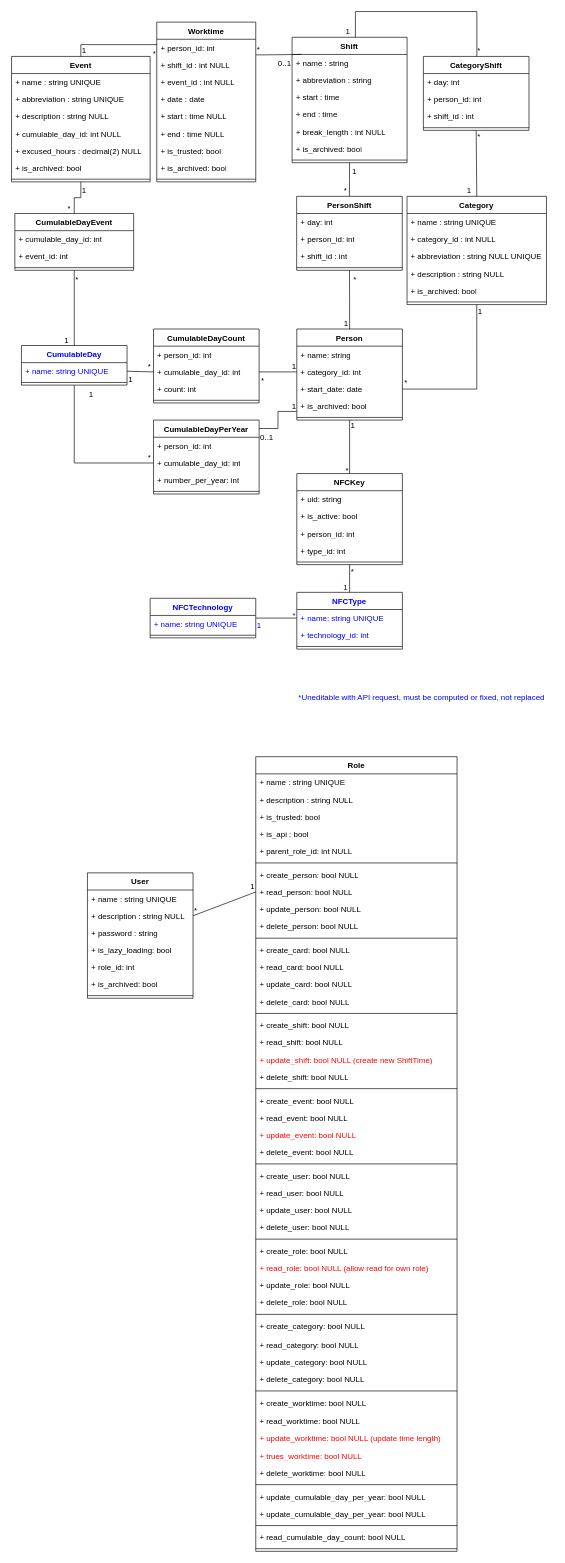
Above: TimeManagerMLD.drawio in FrShao/TimeManager (draw.io), before the change. Source tidied: cells renumbered, new cells numbered last; positions are measured from the earlier drawing's top-left corner, leaving out a move shared by most shapes. Both pictures are drawn from the tidied source at 66%, with x=0, y=0 at pixel (11, 11).
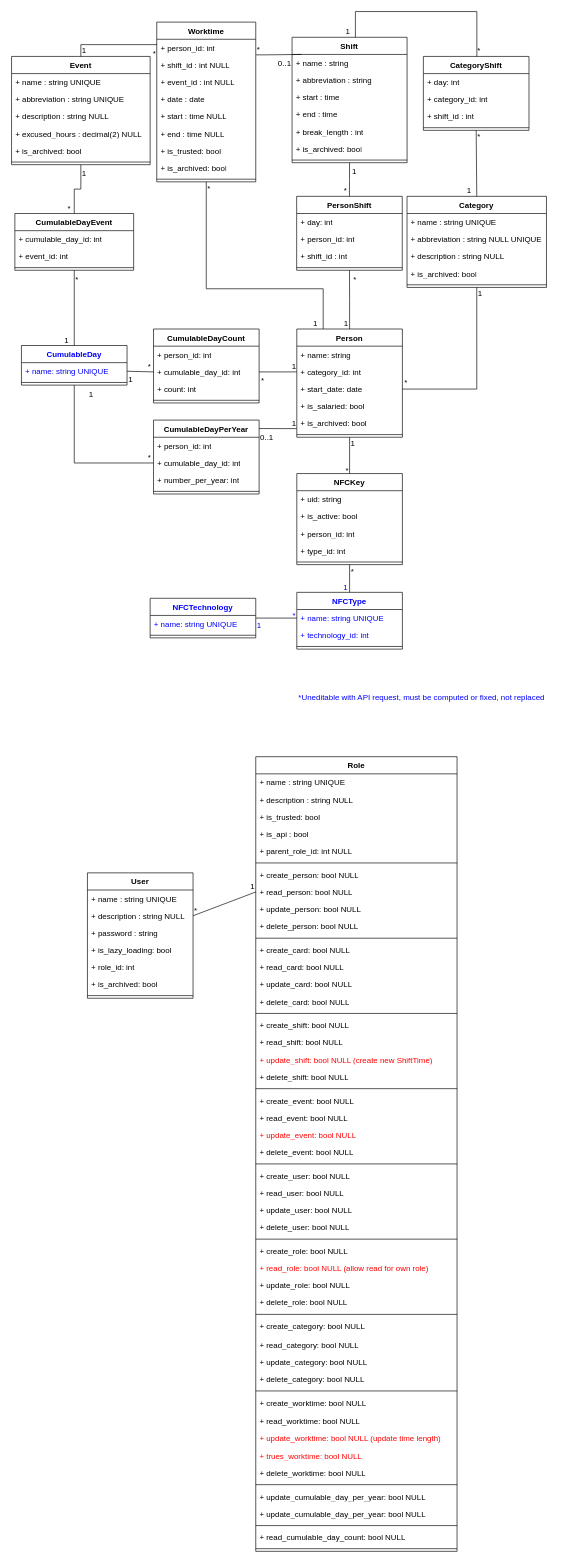
The same page after the edit.

Unchanged cells that the change refers to:
```xml
<mxCell id="68" value="Worktime" style="swimlane;fontStyle=1;align=center;verticalAlign=top;horizontal=1;startSize=26;whiteSpace=wrap;html=1;" parent="1" vertex="1">
  <mxGeometry x="220" y="16" width="150" height="242" as="geometry" />
</mxCell>
<mxCell id="78" value="Shift" style="swimlane;fontStyle=1;align=center;verticalAlign=top;horizontal=1;startSize=26;whiteSpace=wrap;html=1;" parent="1" vertex="1">
  <mxGeometry x="425" y="39" width="174.3" height="190" as="geometry" />
</mxCell>
<mxCell id="154" value="CategoryShift" style="swimlane;fontStyle=1;align=center;verticalAlign=top;horizontal=1;startSize=26;whiteSpace=wrap;html=1;" parent="1" vertex="1">
  <mxGeometry x="624" y="68" width="160" height="112" as="geometry" />
</mxCell>
```

The edit, as a diff of the source:
```diff
@@
     <mxCell id="2" value="Person" style="swimlane;fontStyle=1;align=center;verticalAlign=top;horizontal=1;startSize=26;whiteSpace=wrap;html=1;" parent="1" vertex="1">
-      <mxGeometry x="432.2" y="481" width="160" height="138" as="geometry" />
+      <mxGeometry x="432.2" y="481" width="160" height="164" as="geometry" />
     </mxCell>
@@
+    <mxCell id="194" value="+ is_salaried: bool" style="text;strokeColor=none;fillColor=none;align=left;verticalAlign=top;spacingLeft=4;spacingRight=4;overflow=hidden;whiteSpace=wrap;html=1;" parent="2" vertex="1">
+      <mxGeometry y="104" width="160" height="26" as="geometry" />
+    </mxCell>
     <mxCell id="6" value="+ is_archived: bool" style="text;strokeColor=none;fillColor=none;align=left;verticalAlign=top;spacingLeft=4;spacingRight=4;overflow=hidden;points=[[0,0.5],[1,0.5]];portConstraint=eastwest;whiteSpace=wrap;html=1;" parent="2" vertex="1">
-      <mxGeometry y="104" width="160" height="26" as="geometry" />
+      <mxGeometry y="130" width="160" height="26" as="geometry" />
     </mxCell>
     <mxCell id="7" style="line;strokeWidth=1;fillColor=none;align=left;verticalAlign=middle;spacingTop=-1;spacingLeft=3;spacingRight=3;labelPosition=right;strokeColor=inherit;" parent="2" vertex="1">
-      <mxGeometry y="130" width="160" height="8" as="geometry" />
+      <mxGeometry y="156" width="160" height="8" as="geometry" />
     </mxCell>
@@
     <mxCell id="61" value="Category" style="swimlane;fontStyle=1;align=center;verticalAlign=top;horizontal=1;startSize=26;whiteSpace=wrap;html=1;" parent="1" vertex="1">
-      <mxGeometry x="599.2" y="280" width="211.3" height="164" as="geometry" />
+      <mxGeometry x="599.2" y="280" width="211.3" height="138" as="geometry" />
     </mxCell>
@@
-    <mxCell id="63" value="+ category_id : int NULL" style="text;strokeColor=none;fillColor=none;align=left;verticalAlign=top;spacingLeft=4;spacingRight=4;overflow=hidden;whiteSpace=wrap;html=1;" parent="61" vertex="1">
-      <mxGeometry y="52" width="211.3" height="26" as="geometry" />
-    </mxCell>
     <mxCell id="64" value="+ abbreviation : string NULL UNIQUE" style="text;strokeColor=none;fillColor=none;align=left;verticalAlign=top;spacingLeft=4;spacingRight=4;overflow=hidden;whiteSpace=wrap;html=1;" parent="61" vertex="1">
-      <mxGeometry y="78" width="211.3" height="26" as="geometry" />
+      <mxGeometry y="52" width="211.3" height="26" as="geometry" />
     </mxCell>
     <mxCell id="65" value="+ description : string NULL" style="text;strokeColor=none;fillColor=none;align=left;verticalAlign=top;spacingLeft=4;spacingRight=4;overflow=hidden;whiteSpace=wrap;html=1;" parent="61" vertex="1">
-      <mxGeometry y="104" width="211.3" height="26" as="geometry" />
+      <mxGeometry y="78" width="211.3" height="26" as="geometry" />
     </mxCell>
     <mxCell id="66" value="+ is_archived: bool" style="text;strokeColor=none;fillColor=none;align=left;verticalAlign=top;spacingLeft=4;spacingRight=4;overflow=hidden;whiteSpace=wrap;html=1;" parent="61" vertex="1">
-      <mxGeometry y="130" width="211.3" height="26" as="geometry" />
+      <mxGeometry y="104" width="211.3" height="26" as="geometry" />
     </mxCell>
     <mxCell id="67" style="line;strokeWidth=1;fillColor=none;align=left;verticalAlign=middle;spacingTop=-1;spacingLeft=3;spacingRight=3;labelPosition=right;strokeColor=inherit;" parent="61" vertex="1">
-      <mxGeometry y="156" width="211.3" height="8" as="geometry" />
+      <mxGeometry y="130" width="211.3" height="8" as="geometry" />
     </mxCell>
@@
-    <mxCell id="83" value="+ break_length : int NULL" style="text;strokeColor=none;fillColor=none;align=left;verticalAlign=top;spacingLeft=4;spacingRight=4;overflow=hidden;whiteSpace=wrap;html=1;" parent="78" vertex="1">
+    <mxCell id="83" value="+ break_length : int" style="text;strokeColor=none;fillColor=none;align=left;verticalAlign=top;spacingLeft=4;spacingRight=4;overflow=hidden;whiteSpace=wrap;html=1;" parent="78" vertex="1">
       <mxGeometry y="130" width="174.3" height="26" as="geometry" />
     </mxCell>
@@
     <mxCell id="100" value="Event" style="swimlane;fontStyle=1;align=center;verticalAlign=top;horizontal=1;startSize=26;whiteSpace=wrap;html=1;" parent="1" vertex="1">
-      <mxGeometry y="68" width="210" height="190" as="geometry" />
+      <mxGeometry y="68" width="210" height="164" as="geometry" />
     </mxCell>
@@
-    <mxCell id="104" value="+ cumulable_day_id: int NULL" style="text;strokeColor=none;fillColor=none;align=left;verticalAlign=top;spacingLeft=4;spacingRight=4;overflow=hidden;whiteSpace=wrap;html=1;" parent="100" vertex="1">
-      <mxGeometry y="104" width="210" height="26" as="geometry" />
-    </mxCell>
     <mxCell id="105" value="+ excused_hours : decimal(2) NULL" style="text;strokeColor=none;fillColor=none;align=left;verticalAlign=top;spacingLeft=4;spacingRight=4;overflow=hidden;whiteSpace=wrap;html=1;fontColor=#000000;" parent="100" vertex="1">
-      <mxGeometry y="130" width="210" height="26" as="geometry" />
+      <mxGeometry y="104" width="210" height="26" as="geometry" />
     </mxCell>
     <mxCell id="106" value="+ is_archived: bool" style="text;strokeColor=none;fillColor=none;align=left;verticalAlign=top;spacingLeft=4;spacingRight=4;overflow=hidden;whiteSpace=wrap;html=1;" parent="100" vertex="1">
-      <mxGeometry y="156" width="210" height="26" as="geometry" />
+      <mxGeometry y="130" width="210" height="26" as="geometry" />
     </mxCell>
     <mxCell id="107" style="line;strokeWidth=1;fillColor=none;align=left;verticalAlign=middle;spacingTop=-1;spacingLeft=3;spacingRight=3;labelPosition=right;strokeColor=inherit;" parent="100" vertex="1">
-      <mxGeometry y="182" width="210" height="8" as="geometry" />
+      <mxGeometry y="156" width="210" height="8" as="geometry" />
     </mxCell>
@@
-    <mxCell id="156" value="+ person_id: int" style="text;strokeColor=none;fillColor=none;align=left;verticalAlign=top;spacingLeft=4;spacingRight=4;overflow=hidden;whiteSpace=wrap;html=1;" parent="154" vertex="1">
+    <mxCell id="156" value="+ category_id: int" style="text;strokeColor=none;fillColor=none;align=left;verticalAlign=top;spacingLeft=4;spacingRight=4;overflow=hidden;whiteSpace=wrap;html=1;" parent="154" vertex="1">
       <mxGeometry y="52" width="160" height="26" as="geometry" />
     </mxCell>
@@
+    <mxCell id="195" style="endArrow=none;html=1;rounded=0;entryX=0.25;entryY=0;entryDx=0;entryDy=0;edgeStyle=elbowEdgeStyle;exitX=0.5;exitY=1;exitDx=0;exitDy=0;elbow=vertical;" parent="1" edge="1" source="68" target="2">
+      <mxGeometry relative="1" as="geometry">
+        <Array as="points">
+          <mxPoint x="385" y="420" />
+        </Array>
+      </mxGeometry>
+    </mxCell>
+    <mxCell id="196" value="*" style="html=1;whiteSpace=wrap;align=left;verticalAlign=bottom;" parent="195" vertex="1">
+      <mxGeometry x="-1" relative="1" as="geometry">
+        <mxPoint y="18" as="offset" />
+      </mxGeometry>
+    </mxCell>
+    <mxCell id="197" value="1" style="html=1;whiteSpace=wrap;align=right;verticalAlign=bottom;" parent="195" vertex="1">
+      <mxGeometry x="1" relative="1" as="geometry">
+        <mxPoint x="-7" as="offset" />
+      </mxGeometry>
+    </mxCell>
```
